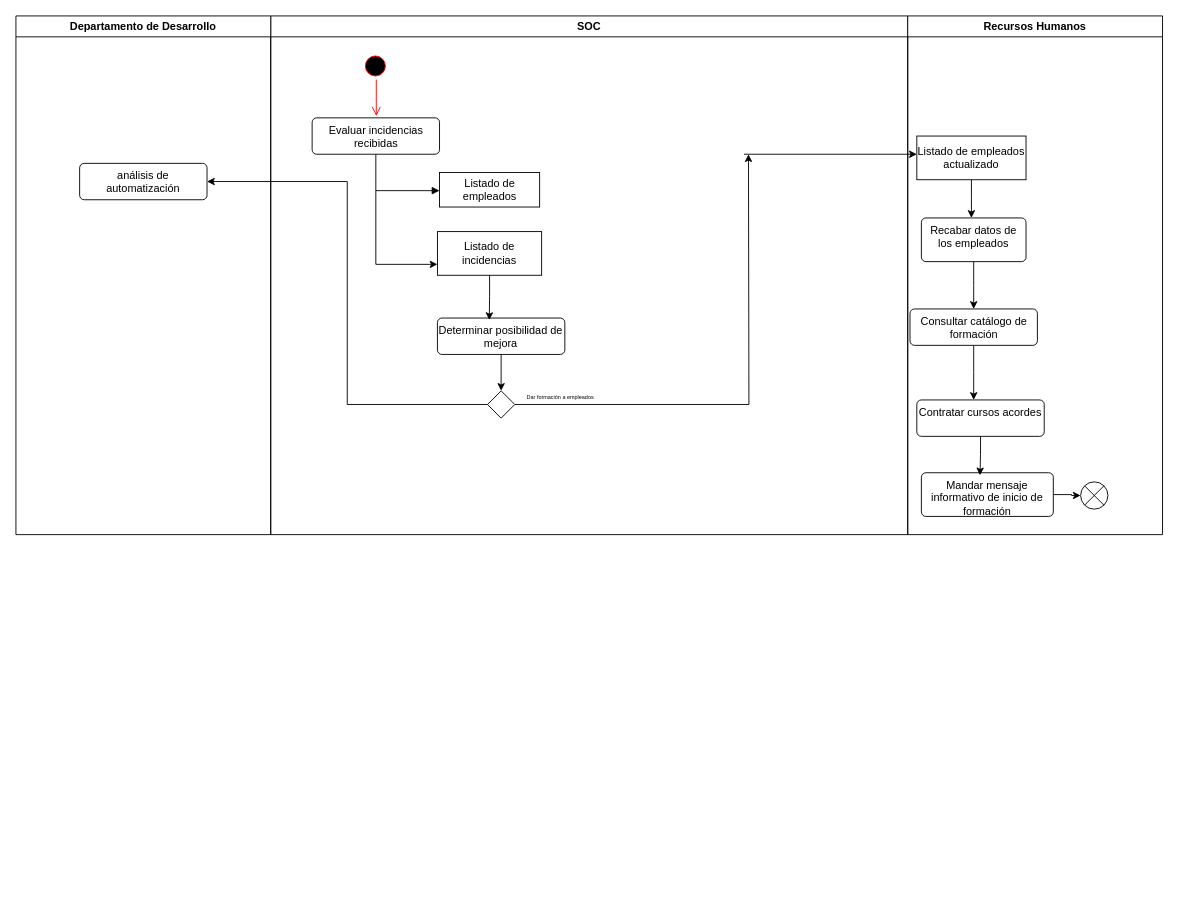
Above: Diagrama sin título.drawio in miguelmnz14/SI (draw.io), before the change. Source tidied: cells renumbered, new cells numbered last; positions are measured from the earlier drawing's top-left corner, leaving out a move shared by most shapes. Both pictures are drawn from the tidied source at 91%, with x=0, y=0 at pixel (15, 15).
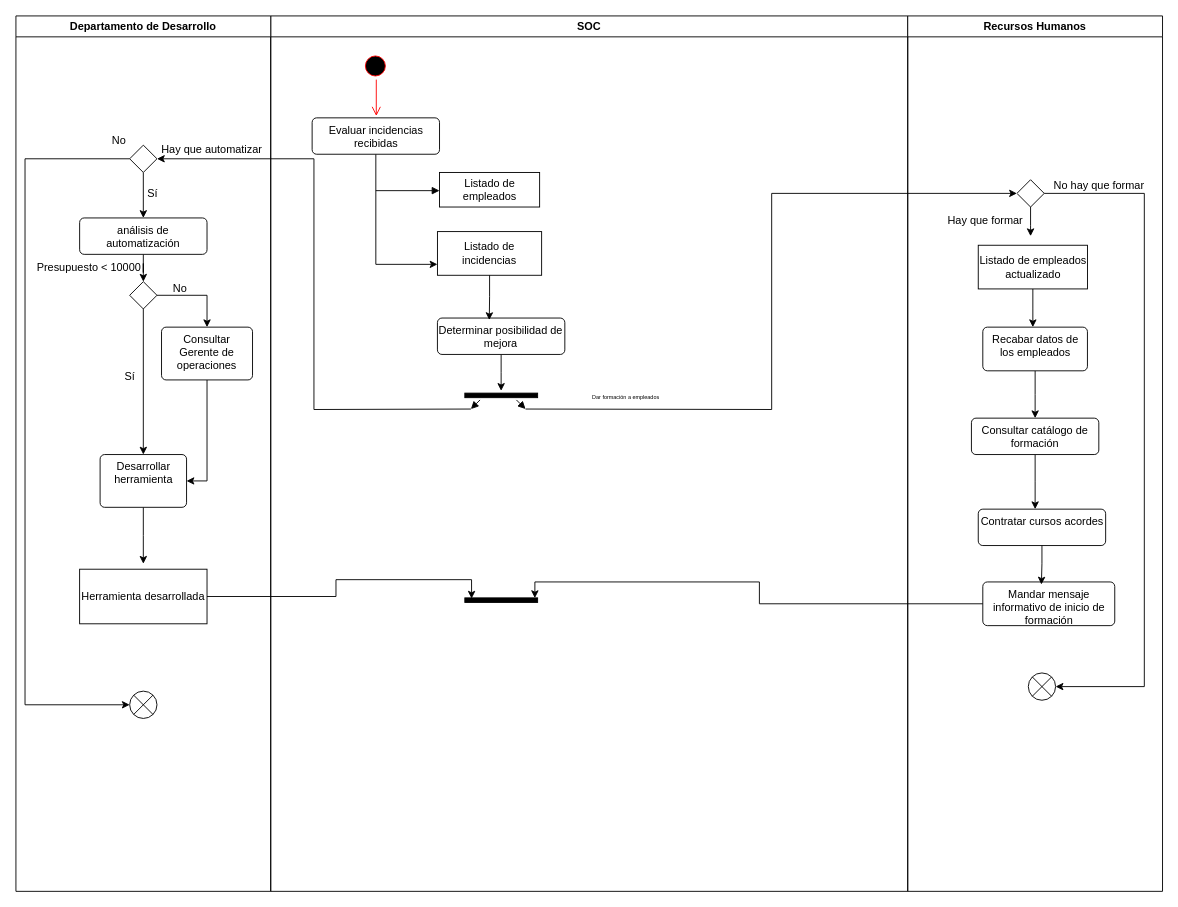
Above is the later version.

Unchanged cells that the change refers to:
```xml
<mxCell id="9" value="Determinar posibilidad de mejora&lt;div&gt;&lt;br&gt;&lt;/div&gt;" style="html=1;align=center;verticalAlign=top;rounded=1;absoluteArcSize=1;arcSize=10;dashed=0;whiteSpace=wrap;" parent="2" vertex="1">
  <mxGeometry x="183.2" y="332" width="140" height="40" as="geometry" />
</mxCell>
```

Change to the diagram source:
```diff
@@
     <mxCell id="2" value="SOC" style="swimlane;whiteSpace=wrap;" parent="1" vertex="1">
-      <mxGeometry x="280" width="700" height="570" as="geometry" />
+      <mxGeometry x="280" width="700" height="962" as="geometry" />
     </mxCell>
@@
-    <mxCell id="8" style="edgeStyle=orthogonalEdgeStyle;rounded=0;jettySize=auto;html=1;entryX=0.5;entryY=0;entryDx=0;entryDy=0;" parent="2" edge="1" source="9" target="11">
-      <mxGeometry relative="1" as="geometry" />
+    <mxCell id="8" style="edgeStyle=orthogonalEdgeStyle;rounded=0;jettySize=auto;html=1;entryX=0.5;entryY=0;entryDx=0;entryDy=0;" parent="2" edge="1" source="9">
+      <mxGeometry relative="1" as="geometry">
+        <mxPoint x="253.2" y="412" as="targetPoint" />
+      </mxGeometry>
     </mxCell>
@@
-    <mxCell id="10" style="edgeStyle=orthogonalEdgeStyle;rounded=0;jettySize=auto;html=1;" parent="2" edge="1" source="11">
-      <mxGeometry relative="1" as="geometry">
-        <mxPoint x="525" y="152" as="targetPoint" />
-      </mxGeometry>
-    </mxCell>
-    <mxCell id="11" style="rhombus;" parent="2" vertex="1">
-      <mxGeometry x="238.2" y="412" width="30" height="30" as="geometry" />
-    </mxCell>
-    <mxCell id="12" style="edgeStyle=orthogonalEdgeStyle;rounded=0;orthogonalLoop=1;jettySize=auto;html=1;" parent="2" edge="1">
-      <mxGeometry relative="1" as="geometry">
-        <mxPoint x="520" y="152" as="sourcePoint" />
-        <mxPoint x="710" y="152" as="targetPoint" />
-      </mxGeometry>
-    </mxCell>
     <mxCell id="13" value="&lt;font style=&quot;font-size: 6px;&quot;&gt;Dar formación a empleados&lt;/font&gt;" style="text;html=1;align=center;verticalAlign=middle;strokeColor=none;fillColor=none;" parent="2" vertex="1">
-      <mxGeometry x="268.2" y="402" width="100" height="30" as="geometry" />
+      <mxGeometry x="340" y="402" width="100" height="30" as="geometry" />
     </mxCell>
@@
+    <mxCell id="32" style="html=1;perimeter=orthogonalPerimeter;fillColor=strokeColor;rotation=90;" parent="2" vertex="1">
+      <mxGeometry x="250.8" y="377" width="5" height="80" as="geometry" />
+    </mxCell>
+    <mxCell id="33" style="html=1;verticalAlign=bottom;labelBackgroundColor=none;endArrow=block;endFill=1;rounded=0;" parent="2" edge="1">
+      <mxGeometry relative="1" as="geometry">
+        <mxPoint x="230" y="422" as="sourcePoint" />
+        <mxPoint x="220" y="432" as="targetPoint" />
+      </mxGeometry>
+    </mxCell>
+    <mxCell id="34" style="html=1;verticalAlign=bottom;labelBackgroundColor=none;endArrow=block;endFill=1;rounded=0;" parent="2" edge="1">
+      <mxGeometry relative="1" as="geometry">
+        <mxPoint x="270" y="422" as="sourcePoint" />
+        <mxPoint x="280" y="432" as="targetPoint" />
+      </mxGeometry>
+    </mxCell>
+    <mxCell id="35" style="html=1;points=[];perimeter=orthogonalPerimeter;fillColor=strokeColor;rotation=90;" parent="2" vertex="1">
+      <mxGeometry x="250.8" y="602" width="5" height="80" as="geometry" />
+    </mxCell>
     <mxCell id="17" value="Departamento de Desarrollo" style="swimlane;whiteSpace=wrap;" parent="1" vertex="1">
-      <mxGeometry width="280" height="570" as="geometry" />
+      <mxGeometry width="280" height="962" as="geometry" />
     </mxCell>
+    <mxCell id="36" style="edgeStyle=orthogonalEdgeStyle;rounded=0;jettySize=auto;html=1;entryX=0.5;entryY=0;entryDx=0;entryDy=0;" parent="17" edge="1" source="18" target="43">
+      <mxGeometry relative="1" as="geometry" />
+    </mxCell>
     <mxCell id="18" value="análisis de automatización" style="html=1;align=center;verticalAlign=top;rounded=1;absoluteArcSize=1;arcSize=10;dashed=0;whiteSpace=wrap;" parent="17" vertex="1">
-      <mxGeometry x="70" y="162" width="140" height="40" as="geometry" />
+      <mxGeometry x="70" y="222" width="140" height="40" as="geometry" />
     </mxCell>
+    <mxCell id="37" style="edgeStyle=orthogonalEdgeStyle;rounded=0;jettySize=auto;html=1;entryX=0.5;entryY=0;entryDx=0;entryDy=0;" parent="17" edge="1" source="39" target="18">
+      <mxGeometry relative="1" as="geometry" />
+    </mxCell>
+    <mxCell id="38" style="edgeStyle=orthogonalEdgeStyle;rounded=0;jettySize=auto;html=1;entryX=0;entryY=0.5;entryDx=0;entryDy=0;" parent="17" edge="1" source="39" target="52">
+      <mxGeometry relative="1" as="geometry">
+        <Array as="points">
+          <mxPoint x="10" y="157" />
+          <mxPoint x="10" y="757" />
+        </Array>
+      </mxGeometry>
+    </mxCell>
+    <mxCell id="39" style="rhombus;" parent="17" vertex="1">
+      <mxGeometry x="125" y="142" width="30" height="30" as="geometry" />
+    </mxCell>
+    <mxCell id="40" value="Hay que automatizar" style="text;html=1;align=center;verticalAlign=middle;strokeColor=none;fillColor=none;" parent="17" vertex="1">
+      <mxGeometry x="150" y="132" width="130" height="30" as="geometry" />
+    </mxCell>
+    <mxCell id="41" style="edgeStyle=orthogonalEdgeStyle;rounded=0;jettySize=auto;html=1;entryX=0.5;entryY=0;entryDx=0;entryDy=0;" parent="17" edge="1" source="43" target="45">
+      <mxGeometry relative="1" as="geometry" />
+    </mxCell>
+    <mxCell id="42" style="edgeStyle=orthogonalEdgeStyle;rounded=0;jettySize=auto;html=1;entryX=0.5;entryY=0;entryDx=0;entryDy=0;" parent="17" edge="1" source="43" target="47">
+      <mxGeometry relative="1" as="geometry" />
+    </mxCell>
+    <mxCell id="43" style="rhombus;" parent="17" vertex="1">
+      <mxGeometry x="125" y="292" width="30" height="30" as="geometry" />
+    </mxCell>
+    <mxCell id="44" style="edgeStyle=orthogonalEdgeStyle;rounded=0;jettySize=auto;html=1;" parent="17" edge="1" source="45">
+      <mxGeometry relative="1" as="geometry">
+        <mxPoint x="140" y="602" as="targetPoint" />
+      </mxGeometry>
+    </mxCell>
+    <mxCell id="45" value="&lt;div&gt;&lt;span style=&quot;background-color: transparent; color: light-dark(rgb(0, 0, 0), rgb(255, 255, 255));&quot;&gt;Desarrollar herramienta&lt;/span&gt;&lt;/div&gt;" style="html=1;align=center;verticalAlign=top;rounded=1;absoluteArcSize=1;arcSize=10;dashed=0;whiteSpace=wrap;" parent="17" vertex="1">
+      <mxGeometry x="92.5" y="482" width="95" height="58" as="geometry" />
+    </mxCell>
+    <mxCell id="46" style="edgeStyle=orthogonalEdgeStyle;rounded=0;jettySize=auto;html=1;entryX=1;entryY=0.5;entryDx=0;entryDy=0;" parent="17" edge="1" source="47" target="45">
+      <mxGeometry relative="1" as="geometry" />
+    </mxCell>
+    <mxCell id="47" value="&lt;div&gt;Consultar Gerente de operaciones&lt;/div&gt;" style="html=1;align=center;verticalAlign=top;rounded=1;absoluteArcSize=1;arcSize=10;dashed=0;whiteSpace=wrap;" parent="17" vertex="1">
+      <mxGeometry x="160" y="342" width="100" height="58" as="geometry" />
+    </mxCell>
+    <mxCell id="48" value="Presupuesto &amp;lt; 10000" style="text;html=1;align=center;verticalAlign=middle;strokeColor=none;fillColor=none;" parent="17" vertex="1">
+      <mxGeometry x="10" y="262" width="140" height="30" as="geometry" />
+    </mxCell>
+    <mxCell id="49" value="Sí" style="text;html=1;align=center;verticalAlign=middle;strokeColor=none;fillColor=none;" parent="17" vertex="1">
+      <mxGeometry x="110" y="382" width="30" height="30" as="geometry" />
+    </mxCell>
+    <mxCell id="50" value="No" style="text;html=1;align=center;verticalAlign=middle;strokeColor=none;fillColor=none;" parent="17" vertex="1">
+      <mxGeometry x="160" y="285" width="40" height="30" as="geometry" />
+    </mxCell>
+    <mxCell id="51" value="Herramienta desarrollada" style="html=1;align=center;verticalAlign=middle;rounded=0;absoluteArcSize=1;arcSize=10;dashed=0;whiteSpace=wrap;" parent="17" vertex="1">
+      <mxGeometry x="70" y="608" width="140" height="60" as="geometry" />
+    </mxCell>
+    <mxCell id="52" style="shape=sumEllipse;perimeter=ellipsePerimeter;html=1;backgroundOutline=1;" parent="17" vertex="1">
+      <mxGeometry x="125" y="742" width="30" height="30" as="geometry" />
+    </mxCell>
+    <mxCell id="53" value="No" style="text;html=1;align=center;verticalAlign=middle;strokeColor=none;fillColor=none;" parent="17" vertex="1">
+      <mxGeometry x="92.5" y="122" width="40" height="30" as="geometry" />
+    </mxCell>
     <mxCell id="19" value="Recursos Humanos" style="swimlane;whiteSpace=wrap;" parent="1" vertex="1">
-      <mxGeometry x="980" width="280" height="570" as="geometry" />
+      <mxGeometry x="980" width="280" height="962" as="geometry" />
     </mxCell>
     <mxCell id="20" style="edgeStyle=orthogonalEdgeStyle;rounded=0;jettySize=auto;html=1;" parent="19" edge="1" source="21">
       <mxGeometry relative="1" as="geometry">
-        <mxPoint x="70" y="222" as="targetPoint" />
+        <mxPoint x="137.5" y="342" as="targetPoint" />
       </mxGeometry>
     </mxCell>
     <mxCell id="21" value="Listado de empleados actualizado" style="html=1;align=center;verticalAlign=middle;rounded=0;absoluteArcSize=1;arcSize=10;dashed=0;whiteSpace=wrap;" parent="19" vertex="1">
-      <mxGeometry x="10" y="132" width="120" height="48" as="geometry" />
+      <mxGeometry x="77.5" y="252" width="120" height="48" as="geometry" />
     </mxCell>
     <mxCell id="22" style="edgeStyle=orthogonalEdgeStyle;rounded=0;jettySize=auto;html=1;" parent="19" edge="1" source="23">
       <mxGeometry relative="1" as="geometry">
-        <mxPoint x="72.5" y="322" as="targetPoint" />
+        <mxPoint x="140" y="442" as="targetPoint" />
       </mxGeometry>
     </mxCell>
     <mxCell id="23" value="Recabar datos de los empleados&lt;div&gt;&lt;br&gt;&lt;/div&gt;" style="html=1;align=center;verticalAlign=top;rounded=1;absoluteArcSize=1;arcSize=10;dashed=0;whiteSpace=wrap;" parent="19" vertex="1">
-      <mxGeometry x="15" y="222" width="115" height="48" as="geometry" />
+      <mxGeometry x="82.5" y="342" width="115" height="48" as="geometry" />
     </mxCell>
     <mxCell id="24" style="edgeStyle=orthogonalEdgeStyle;rounded=0;jettySize=auto;html=1;" parent="19" edge="1" source="25">
       <mxGeometry relative="1" as="geometry">
-        <mxPoint x="72.5" y="422" as="targetPoint" />
+        <mxPoint x="140" y="542" as="targetPoint" />
       </mxGeometry>
     </mxCell>
     <mxCell id="25" value="Consultar catálogo de formación" style="html=1;align=center;verticalAlign=top;rounded=1;absoluteArcSize=1;arcSize=10;dashed=0;whiteSpace=wrap;" parent="19" vertex="1">
-      <mxGeometry x="2.5" y="322" width="140" height="40" as="geometry" />
+      <mxGeometry x="70" y="442" width="140" height="40" as="geometry" />
     </mxCell>
     <mxCell id="26" value="Contratar cursos acordes" style="html=1;align=center;verticalAlign=top;rounded=1;absoluteArcSize=1;arcSize=10;dashed=0;whiteSpace=wrap;" parent="19" vertex="1">
-      <mxGeometry x="10" y="422" width="140" height="40" as="geometry" />
+      <mxGeometry x="77.5" y="542" width="140" height="40" as="geometry" />
     </mxCell>
     <mxCell id="27" style="shape=sumEllipse;perimeter=ellipsePerimeter;html=1;backgroundOutline=1;" parent="19" vertex="1">
-      <mxGeometry x="190" y="512" width="30" height="30" as="geometry" />
+      <mxGeometry x="132.5" y="722" width="30" height="30" as="geometry" />
     </mxCell>
-    <mxCell id="28" style="edgeStyle=orthogonalEdgeStyle;rounded=0;jettySize=auto;html=1;entryX=0;entryY=0.5;entryDx=0;entryDy=0;" parent="19" edge="1" source="29" target="27">
-      <mxGeometry relative="1" as="geometry" />
-    </mxCell>
     <mxCell id="29" value="Mandar mensaje informativo de inicio de formación" style="html=1;align=center;verticalAlign=top;rounded=1;absoluteArcSize=1;arcSize=10;dashed=0;whiteSpace=wrap;" parent="19" vertex="1">
-      <mxGeometry x="15" y="502" width="145" height="48" as="geometry" />
+      <mxGeometry x="82.5" y="622" width="145" height="48" as="geometry" />
     </mxCell>
@@
-    <mxCell id="31" style="edgeStyle=orthogonalEdgeStyle;rounded=0;jettySize=auto;html=1;entryX=1;entryY=0.5;entryDx=0;entryDy=0;" parent="1" edge="1" source="11" target="18">
-      <mxGeometry relative="1" as="geometry" />
-    </mxCell>
+    <mxCell id="54" style="edgeStyle=orthogonalEdgeStyle;rounded=0;jettySize=auto;html=1;" parent="19" edge="1" source="56">
+      <mxGeometry relative="1" as="geometry">
+        <mxPoint x="135" y="242" as="targetPoint" />
+      </mxGeometry>
+    </mxCell>
+    <mxCell id="55" style="edgeStyle=orthogonalEdgeStyle;rounded=0;jettySize=auto;html=1;entryX=1;entryY=0.5;entryDx=0;entryDy=0;" parent="19" edge="1" source="56" target="27">
+      <mxGeometry relative="1" as="geometry">
+        <Array as="points">
+          <mxPoint x="260" y="195" />
+          <mxPoint x="260" y="737" />
+        </Array>
+      </mxGeometry>
+    </mxCell>
+    <mxCell id="56" style="rhombus;" parent="19" vertex="1">
+      <mxGeometry x="120" y="180" width="30" height="30" as="geometry" />
+    </mxCell>
+    <mxCell id="57" value="Hay que formar" style="text;html=1;align=center;verticalAlign=middle;strokeColor=none;fillColor=none;" parent="19" vertex="1">
+      <mxGeometry x="30" y="210" width="110" height="30" as="geometry" />
+    </mxCell>
+    <mxCell id="58" value="No hay que formar" style="text;html=1;align=center;verticalAlign=middle;strokeColor=none;fillColor=none;" parent="19" vertex="1">
+      <mxGeometry x="150" y="172" width="120" height="30" as="geometry" />
+    </mxCell>
+    <mxCell id="59" style="edgeStyle=orthogonalEdgeStyle;rounded=0;jettySize=auto;html=1;entryX=1;entryY=0.5;entryDx=0;entryDy=0;" parent="1" edge="1" target="39">
+      <mxGeometry relative="1" as="geometry">
+        <mxPoint x="500" y="432" as="sourcePoint" />
+      </mxGeometry>
+    </mxCell>
+    <mxCell id="60" style="edgeStyle=orthogonalEdgeStyle;rounded=0;jettySize=auto;html=1;entryX=0;entryY=0.5;entryDx=0;entryDy=0;" parent="1" edge="1" target="56">
+      <mxGeometry relative="1" as="geometry">
+        <mxPoint x="560" y="432" as="sourcePoint" />
+      </mxGeometry>
+    </mxCell>
+    <mxCell id="61" value="Sí" style="text;html=1;align=center;verticalAlign=middle;strokeColor=none;fillColor=none;" parent="1" vertex="1">
+      <mxGeometry x="135" y="180" width="30" height="30" as="geometry" />
+    </mxCell>
+    <mxCell id="62" style="edgeStyle=orthogonalEdgeStyle;rounded=0;jettySize=auto;html=1;entryX=0.167;entryY=0.907;entryDx=0;entryDy=0;entryPerimeter=0;" parent="1" edge="1" source="51" target="35">
+      <mxGeometry relative="1" as="geometry" />
+    </mxCell>
+    <mxCell id="63" style="edgeStyle=orthogonalEdgeStyle;rounded=0;jettySize=auto;html=1;entryX=0.04;entryY=0.038;entryDx=0;entryDy=0;entryPerimeter=0;" parent="1" edge="1" source="29" target="35">
+      <mxGeometry relative="1" as="geometry">
+        <Array as="points">
+          <mxPoint x="817" y="646" />
+          <mxPoint x="817" y="622" />
+          <mxPoint x="570" y="622" />
+        </Array>
+      </mxGeometry>
+    </mxCell>
```
